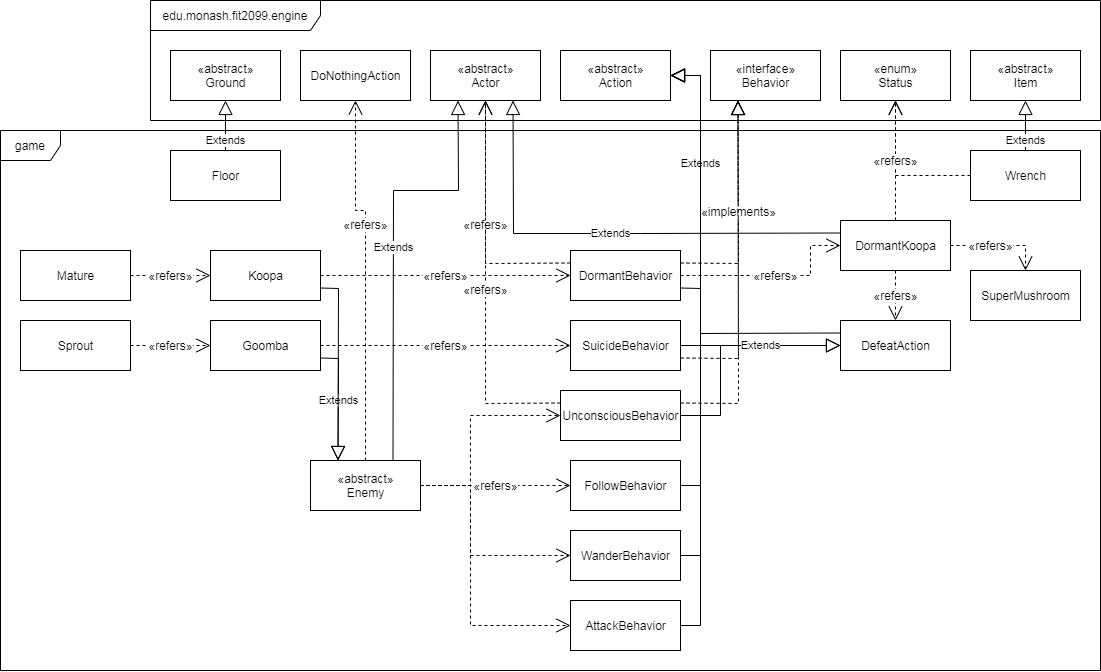
Before: docs/REQ3/class diagram.png, a diagram exported from draw.io (rongwen1/Roguelike-Mario-game-java). Source tidied: cells renumbered, new cells last; positions are measured from the earlier drawing's top-left corner, leaving out a move shared by most shapes.
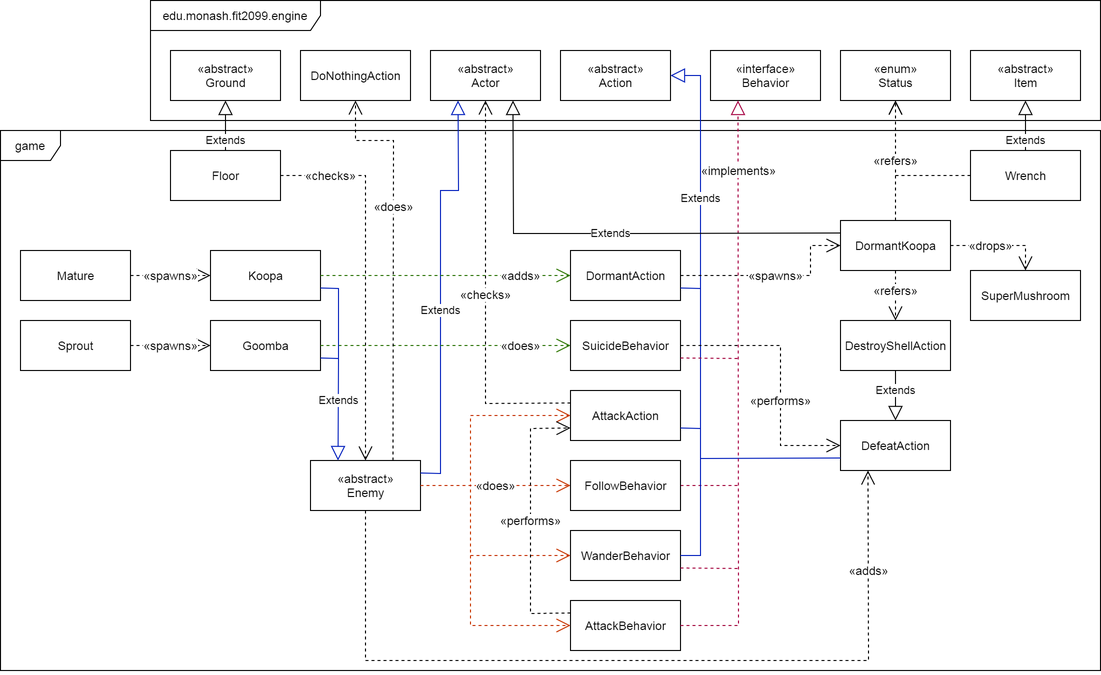
After the commit.

Commit message:
REQ6: sequence diagram, REQ3/6: design rationale

Change to the diagram source:
```diff
@@ -17,8 +17,8 @@
     <mxCell id="6" value="DefeatAction" style="html=1;" parent="1" vertex="1">
-      <mxGeometry x="840" y="320" width="110" height="50" as="geometry" />
+      <mxGeometry x="840" y="420" width="110" height="50" as="geometry" />
     </mxCell>
-    <mxCell id="7" value="UnconsciousBehavior" style="html=1;" parent="1" vertex="1">
-      <mxGeometry x="560" y="390" width="120" height="50" as="geometry" />
+    <mxCell id="7" value="AttackAction" style="html=1;" parent="1" vertex="1">
+      <mxGeometry x="570" y="390" width="110" height="50" as="geometry" />
     </mxCell>
-    <mxCell id="8" value="DormantBehavior" style="html=1;" parent="1" vertex="1">
+    <mxCell id="8" value="DormantAction" style="html=1;" parent="1" vertex="1">
       <mxGeometry x="570" y="250" width="110" height="50" as="geometry" />
@@ -61,6 +61,7 @@
     </mxCell>
-    <mxCell id="21" style="endArrow=block;endSize=12;html=1;endFill=0;dashed=1;entryX=0.25;entryY=1;entryDx=0;entryDy=0;exitX=1;exitY=0.25;exitDx=0;exitDy=0;rounded=0;" parent="1" edge="1" source="7" target="25">
+    <mxCell id="21" style="endArrow=none;endSize=12;html=1;endFill=0;dashed=1;exitX=1;exitY=0.5;exitDx=0;exitDy=0;rounded=0;fillColor=#d80073;strokeColor=#A50040;" parent="1" edge="1" source="53">
       <mxGeometry relative="1" as="geometry">
+        <mxPoint x="738" y="485" as="targetPoint" />
         <Array as="points">
-          <mxPoint x="738" y="403" />
+          <mxPoint x="738" y="485" />
         </Array>
@@ -74,6 +75,6 @@
     </mxCell>
-    <mxCell id="24" value="Extends" style="endArrow=block;endSize=12;html=1;endFill=0;rounded=0;exitX=0;exitY=0.25;exitDx=0;exitDy=0;entryX=1;entryY=0.5;entryDx=0;entryDy=0;" parent="1" edge="1" source="6" target="22">
+    <mxCell id="24" value="Extends" style="endArrow=block;endSize=12;html=1;endFill=0;rounded=0;exitX=0;exitY=0.75;exitDx=0;exitDy=0;entryX=1;entryY=0.5;entryDx=0;entryDy=0;fillColor=#0050ef;strokeColor=#001DBC;" parent="1" edge="1" source="6" target="22">
       <mxGeometry x="0.45" relative="1" as="geometry">
         <Array as="points">
-          <mxPoint x="700" y="333" />
+          <mxPoint x="700" y="458" />
           <mxPoint x="700" y="75" />
@@ -85,9 +86,9 @@
     </mxCell>
-    <mxCell id="26" value="&lt;span style=&quot;font-size: 12px&quot;&gt;«refers»&lt;/span&gt;" style="endArrow=open;endSize=12;html=1;endFill=0;dashed=1;exitX=0.5;exitY=1;exitDx=0;exitDy=0;entryX=0.5;entryY=0;entryDx=0;entryDy=0;" parent="1" edge="1" source="10" target="6">
-      <mxGeometry relative="1" as="geometry" />
+    <mxCell id="26" value="&lt;span style=&quot;font-size: 12px&quot;&gt;«refers»&lt;/span&gt;" style="endArrow=open;endSize=12;html=1;endFill=0;dashed=1;exitX=0.5;exitY=1;exitDx=0;exitDy=0;entryX=0.5;entryY=0;entryDx=0;entryDy=0;" parent="1" edge="1" source="10" target="59">
+      <mxGeometry x="-0.2" relative="1" as="geometry" />
     </mxCell>
-    <mxCell id="27" value="&lt;span style=&quot;font-size: 12px&quot;&gt;«implements»&lt;/span&gt;" style="endArrow=block;endSize=12;html=1;endFill=0;dashed=1;entryX=0.25;entryY=1;entryDx=0;entryDy=0;exitX=1;exitY=0.25;exitDx=0;exitDy=0;rounded=0;" parent="1" edge="1" source="8" target="25">
-      <mxGeometry relative="1" as="geometry">
+    <mxCell id="27" value="&lt;span style=&quot;font-size: 12px&quot;&gt;«implements»&lt;/span&gt;" style="endArrow=block;endSize=12;html=1;endFill=0;dashed=1;entryX=0.25;entryY=1;entryDx=0;entryDy=0;exitX=1;exitY=0.5;exitDx=0;exitDy=0;rounded=0;fillColor=#d80073;strokeColor=#A50040;" parent="1" edge="1" source="9" target="25">
+      <mxGeometry x="0.76" relative="1" as="geometry">
         <Array as="points">
-          <mxPoint x="738" y="263" />
+          <mxPoint x="738" y="625" />
         </Array>
@@ -95,4 +96,5 @@
     </mxCell>
-    <mxCell id="28" style="endArrow=block;endSize=12;html=1;endFill=0;dashed=1;exitX=1;exitY=0.75;exitDx=0;exitDy=0;entryX=0.25;entryY=1;entryDx=0;entryDy=0;rounded=0;" parent="1" edge="1" source="5" target="25">
+    <mxCell id="28" style="endArrow=none;endSize=12;html=1;endFill=0;dashed=1;exitX=1;exitY=0.75;exitDx=0;exitDy=0;rounded=0;fillColor=#d80073;strokeColor=#A50040;" parent="1" edge="1" source="5">
       <mxGeometry relative="1" as="geometry">
+        <mxPoint x="738" y="358" as="targetPoint" />
         <Array as="points">
@@ -102,6 +104,7 @@
     </mxCell>
-    <mxCell id="29" value="Extends" style="endArrow=block;endSize=12;html=1;endFill=0;entryX=0.25;entryY=1;entryDx=0;entryDy=0;exitX=0.75;exitY=0;exitDx=0;exitDy=0;rounded=0;" parent="1" edge="1" source="17" target="16">
-      <mxGeometry relative="1" as="geometry">
+    <mxCell id="29" value="Extends" style="endArrow=block;endSize=12;html=1;endFill=0;entryX=0.25;entryY=1;entryDx=0;entryDy=0;exitX=1;exitY=0.25;exitDx=0;exitDy=0;rounded=0;fillColor=#0050ef;strokeColor=#001DBC;" parent="1" edge="1" source="17" target="16">
+      <mxGeometry x="-0.11" relative="1" as="geometry">
         <Array as="points">
-          <mxPoint x="393" y="190" />
+          <mxPoint x="440" y="473" />
+          <mxPoint x="440" y="190" />
           <mxPoint x="458" y="190" />
@@ -110,3 +113,3 @@
     </mxCell>
-    <mxCell id="30" value="Extends" style="endArrow=block;endSize=12;html=1;endFill=0;entryX=0.25;entryY=0;entryDx=0;entryDy=0;exitX=1;exitY=0.75;exitDx=0;exitDy=0;rounded=0;" parent="1" edge="1" source="12" target="17">
+    <mxCell id="30" value="Extends" style="endArrow=block;endSize=12;html=1;endFill=0;entryX=0.25;entryY=0;entryDx=0;entryDy=0;exitX=1;exitY=0.75;exitDx=0;exitDy=0;rounded=0;fillColor=#0050ef;strokeColor=#001DBC;" parent="1" edge="1" source="12" target="17">
       <mxGeometry relative="1" as="geometry">
@@ -125,12 +128,12 @@
     </mxCell>
-    <mxCell id="32" value="&lt;span style=&quot;font-size: 12px&quot;&gt;«refers»&lt;/span&gt;" style="endArrow=open;endSize=12;html=1;endFill=0;dashed=1;entryX=0;entryY=0.5;entryDx=0;entryDy=0;exitX=1;exitY=0.5;exitDx=0;exitDy=0;" parent="1" edge="1" source="12" target="5">
-      <mxGeometry relative="1" as="geometry" />
+    <mxCell id="32" value="&lt;span style=&quot;font-size: 12px&quot;&gt;«does»&lt;/span&gt;" style="endArrow=open;endSize=12;html=1;endFill=0;dashed=1;entryX=0;entryY=0.5;entryDx=0;entryDy=0;exitX=1;exitY=0.5;exitDx=0;exitDy=0;fillColor=#60a917;strokeColor=#2D7600;" parent="1" edge="1" source="12" target="5">
+      <mxGeometry x="0.6" relative="1" as="geometry" />
     </mxCell>
-    <mxCell id="33" value="&lt;span style=&quot;font-size: 12px&quot;&gt;«refers»&lt;/span&gt;" style="endArrow=open;endSize=12;html=1;endFill=0;dashed=1;exitX=1;exitY=0.5;exitDx=0;exitDy=0;entryX=0;entryY=0.5;entryDx=0;entryDy=0;" parent="1" edge="1" source="11" target="8">
-      <mxGeometry relative="1" as="geometry" />
+    <mxCell id="33" value="&lt;span style=&quot;font-size: 12px&quot;&gt;«adds»&lt;/span&gt;" style="endArrow=open;endSize=12;html=1;endFill=0;dashed=1;exitX=1;exitY=0.5;exitDx=0;exitDy=0;entryX=0;entryY=0.5;entryDx=0;entryDy=0;fillColor=#60a917;strokeColor=#2D7600;" parent="1" edge="1" source="11" target="8">
+      <mxGeometry x="0.6" relative="1" as="geometry" />
     </mxCell>
-    <mxCell id="34" value="&lt;span style=&quot;font-size: 12px&quot;&gt;«refers»&lt;/span&gt;" style="endArrow=open;endSize=12;html=1;endFill=0;dashed=1;exitX=1;exitY=0.5;exitDx=0;exitDy=0;entryX=0;entryY=0.5;entryDx=0;entryDy=0;" parent="1" edge="1" source="15" target="12">
+    <mxCell id="34" value="&lt;span style=&quot;font-size: 12px&quot;&gt;«spawns»&lt;/span&gt;" style="endArrow=open;endSize=12;html=1;endFill=0;dashed=1;exitX=1;exitY=0.5;exitDx=0;exitDy=0;entryX=0;entryY=0.5;entryDx=0;entryDy=0;" parent="1" edge="1" source="15" target="12">
       <mxGeometry relative="1" as="geometry" />
     </mxCell>
-    <mxCell id="35" value="&lt;span style=&quot;font-size: 12px&quot;&gt;«refers»&lt;/span&gt;" style="endArrow=open;endSize=12;html=1;endFill=0;dashed=1;exitX=1;exitY=0.5;exitDx=0;exitDy=0;entryX=0;entryY=0.5;entryDx=0;entryDy=0;" parent="1" edge="1" source="14" target="11">
+    <mxCell id="35" value="&lt;span style=&quot;font-size: 12px&quot;&gt;«spawns»&lt;br&gt;&lt;/span&gt;" style="endArrow=open;endSize=12;html=1;endFill=0;dashed=1;exitX=1;exitY=0.5;exitDx=0;exitDy=0;entryX=0;entryY=0.5;entryDx=0;entryDy=0;" parent="1" edge="1" source="14" target="11">
       <mxGeometry relative="1" as="geometry" />
@@ -143,6 +146,6 @@
     </mxCell>
-    <mxCell id="38" value="&lt;span style=&quot;font-size: 12px&quot;&gt;«refers»&lt;/span&gt;" style="endArrow=open;endSize=12;html=1;endFill=0;dashed=1;entryX=0;entryY=0.5;entryDx=0;entryDy=0;exitX=1;exitY=0.5;exitDx=0;exitDy=0;" parent="1" edge="1" source="17" target="53">
+    <mxCell id="38" value="&lt;span style=&quot;font-size: 12px&quot;&gt;«does»&lt;/span&gt;" style="endArrow=open;endSize=12;html=1;endFill=0;dashed=1;entryX=0;entryY=0.5;entryDx=0;entryDy=0;exitX=1;exitY=0.5;exitDx=0;exitDy=0;fillColor=#fa6800;strokeColor=#C73500;" parent="1" edge="1" source="17" target="53">
       <mxGeometry relative="1" as="geometry" />
     </mxCell>
-    <mxCell id="39" style="endArrow=open;endSize=12;html=1;endFill=0;dashed=1;exitX=1;exitY=0.5;exitDx=0;exitDy=0;entryX=0;entryY=0.5;entryDx=0;entryDy=0;rounded=0;" parent="1" edge="1" source="17" target="37">
+    <mxCell id="39" style="endArrow=open;endSize=12;html=1;endFill=0;dashed=1;exitX=1;exitY=0.5;exitDx=0;exitDy=0;entryX=0;entryY=0.5;entryDx=0;entryDy=0;rounded=0;fillColor=#fa6800;strokeColor=#C73500;" parent="1" edge="1" source="17" target="37">
       <mxGeometry relative="1" as="geometry">
@@ -154,3 +157,3 @@
     </mxCell>
-    <mxCell id="40" style="endArrow=open;endSize=12;html=1;endFill=0;dashed=1;exitX=1;exitY=0.5;exitDx=0;exitDy=0;entryX=0;entryY=0.5;entryDx=0;entryDy=0;rounded=0;" parent="1" edge="1" source="17" target="9">
+    <mxCell id="40" style="endArrow=open;endSize=12;html=1;endFill=0;dashed=1;exitX=1;exitY=0.5;exitDx=0;exitDy=0;entryX=0;entryY=0.5;entryDx=0;entryDy=0;rounded=0;fillColor=#fa6800;strokeColor=#C73500;" parent="1" edge="1" source="17" target="9">
       <mxGeometry x="0.19" y="4" relative="1" as="geometry">
@@ -162,19 +165,9 @@
     </mxCell>
-    <mxCell id="41" value="&lt;span style=&quot;font-size: 12px&quot;&gt;«refers»&lt;/span&gt;" style="endArrow=open;endSize=12;html=1;endFill=0;dashed=1;entryX=0.5;entryY=1;entryDx=0;entryDy=0;startArrow=none;rounded=0;exitX=0;exitY=0.25;exitDx=0;exitDy=0;" parent="1" edge="1" source="8" target="16">
-      <mxGeometry relative="1" as="geometry">
-        <Array as="points">
-          <mxPoint x="485" y="263" />
-        </Array>
-      </mxGeometry>
-    </mxCell>
-    <mxCell id="42" style="endArrow=block;endSize=12;html=1;endFill=0;entryX=0;entryY=0.5;entryDx=0;entryDy=0;exitX=1;exitY=0.5;exitDx=0;exitDy=0;rounded=0;" parent="1" edge="1" source="7" target="6">
-      <mxGeometry relative="1" as="geometry">
-        <Array as="points">
-          <mxPoint x="720" y="415" />
-          <mxPoint x="720" y="345" />
-        </Array>
-      </mxGeometry>
-    </mxCell>
-    <mxCell id="43" value="Extends" style="endArrow=block;endSize=12;html=1;endFill=0;entryX=0;entryY=0.5;entryDx=0;entryDy=0;exitX=1;exitY=0.5;exitDx=0;exitDy=0;rounded=0;" parent="1" edge="1" source="5" target="6">
-      <mxGeometry relative="1" as="geometry" />
+    <mxCell id="43" value="&lt;span style=&quot;font-size: 12px&quot;&gt;«performs»&lt;/span&gt;" style="endArrow=open;endSize=12;html=1;endFill=0;entryX=0;entryY=0.5;entryDx=0;entryDy=0;exitX=1;exitY=0.5;exitDx=0;exitDy=0;rounded=0;dashed=1;" parent="1" edge="1" source="5" target="6">
+      <mxGeometry x="0.19" relative="1" as="geometry">
+        <Array as="points">
+          <mxPoint x="780" y="345" />
+          <mxPoint x="780" y="445" />
+        </Array>
+      </mxGeometry>
     </mxCell>
@@ -183,3 +176,3 @@
     </mxCell>
-    <mxCell id="45" value="&lt;span style=&quot;font-size: 12px&quot;&gt;«refers»&lt;/span&gt;" style="endArrow=open;endSize=12;html=1;endFill=0;dashed=1;exitX=1;exitY=0.5;exitDx=0;exitDy=0;entryX=0.5;entryY=0;entryDx=0;entryDy=0;rounded=0;" parent="1" edge="1" source="10" target="36">
+    <mxCell id="45" value="&lt;span style=&quot;font-size: 12px&quot;&gt;«drops»&lt;/span&gt;" style="endArrow=open;endSize=12;html=1;endFill=0;dashed=1;exitX=1;exitY=0.5;exitDx=0;exitDy=0;entryX=0.5;entryY=0;entryDx=0;entryDy=0;rounded=0;" parent="1" edge="1" source="10" target="36">
       <mxGeometry x="-0.2" relative="1" as="geometry">
@@ -197,3 +190,3 @@
     </mxCell>
-    <mxCell id="47" value="&lt;span style=&quot;font-size: 12px&quot;&gt;«refers»&lt;/span&gt;" style="endArrow=open;endSize=12;html=1;endFill=0;dashed=1;exitX=1;exitY=0.5;exitDx=0;exitDy=0;entryX=0;entryY=0.5;entryDx=0;entryDy=0;rounded=0;" parent="1" edge="1" source="8" target="10">
+    <mxCell id="47" value="&lt;span style=&quot;font-size: 12px&quot;&gt;«spawns»&lt;/span&gt;" style="endArrow=open;endSize=12;html=1;endFill=0;dashed=1;exitX=1;exitY=0.5;exitDx=0;exitDy=0;entryX=0;entryY=0.5;entryDx=0;entryDy=0;rounded=0;" parent="1" edge="1" source="8" target="10">
       <mxGeometry relative="1" as="geometry">
@@ -205,23 +198,12 @@
     </mxCell>
-    <mxCell id="48" style="endArrow=block;endSize=12;html=1;endFill=0;exitX=1;exitY=0.75;exitDx=0;exitDy=0;rounded=0;entryX=1;entryY=0.5;entryDx=0;entryDy=0;" parent="1" edge="1" source="8" target="22">
+    <mxCell id="48" style="endArrow=none;endSize=12;html=1;endFill=0;exitX=1;exitY=0.75;exitDx=0;exitDy=0;rounded=0;fillColor=#0050ef;strokeColor=#001DBC;" parent="1" edge="1" source="8">
       <mxGeometry relative="1" as="geometry">
-        <Array as="points">
-          <mxPoint x="700" y="288" />
-          <mxPoint x="700" y="75" />
-        </Array>
+        <mxPoint x="700" y="288" as="targetPoint" />
       </mxGeometry>
     </mxCell>
-    <mxCell id="49" style="endArrow=block;endSize=12;html=1;endFill=0;entryX=1;entryY=0.5;entryDx=0;entryDy=0;exitX=1;exitY=0.5;exitDx=0;exitDy=0;rounded=0;" parent="1" edge="1" source="9" target="22">
-      <mxGeometry relative="1" as="geometry">
-        <Array as="points">
-          <mxPoint x="700" y="625" />
-          <mxPoint x="700" y="75" />
-        </Array>
-      </mxGeometry>
-    </mxCell>
-    <mxCell id="50" style="endArrow=block;endSize=12;html=1;endFill=0;exitX=1;exitY=0.5;exitDx=0;exitDy=0;rounded=0;entryX=1;entryY=0.5;entryDx=0;entryDy=0;" parent="1" edge="1" source="37" target="22">
+    <mxCell id="50" style="endArrow=none;endSize=12;html=1;endFill=0;exitX=1;exitY=0.5;exitDx=0;exitDy=0;rounded=0;fillColor=#0050ef;strokeColor=#001DBC;" parent="1" edge="1" source="37">
       <mxGeometry relative="1" as="geometry">
+        <mxPoint x="700" y="450" as="targetPoint" />
         <Array as="points">
           <mxPoint x="700" y="555" />
-          <mxPoint x="700" y="75" />
         </Array>
@@ -229,11 +211,3 @@
     </mxCell>
-    <mxCell id="51" style="endArrow=block;endSize=12;html=1;endFill=0;entryX=1;entryY=0.5;entryDx=0;entryDy=0;exitX=1;exitY=0.5;exitDx=0;exitDy=0;rounded=0;" parent="1" edge="1" source="53" target="22">
-      <mxGeometry relative="1" as="geometry">
-        <Array as="points">
-          <mxPoint x="700" y="485" />
-          <mxPoint x="700" y="75" />
-        </Array>
-      </mxGeometry>
-    </mxCell>
-    <mxCell id="52" style="endArrow=open;endSize=12;html=1;endFill=0;dashed=1;exitX=1;exitY=0.5;exitDx=0;exitDy=0;entryX=0;entryY=0.5;entryDx=0;entryDy=0;rounded=0;" parent="1" edge="1" source="17" target="7">
+    <mxCell id="52" style="endArrow=open;endSize=12;html=1;endFill=0;dashed=1;exitX=1;exitY=0.5;exitDx=0;exitDy=0;entryX=0;entryY=0.5;entryDx=0;entryDy=0;rounded=0;fillColor=#fa6800;strokeColor=#C73500;" parent="1" edge="1" source="17" target="7">
       <mxGeometry relative="1" as="geometry">
@@ -248,3 +222,3 @@
     </mxCell>
-    <mxCell id="54" value="&lt;span style=&quot;font-size: 12px&quot;&gt;«refers»&lt;/span&gt;" style="endArrow=open;endSize=12;html=1;endFill=0;dashed=1;exitX=0;exitY=0.25;exitDx=0;exitDy=0;entryX=0.5;entryY=1;entryDx=0;entryDy=0;startArrow=none;rounded=0;" parent="1" edge="1" source="7" target="16">
+    <mxCell id="54" value="&lt;span style=&quot;font-size: 12px&quot;&gt;«checks»&lt;/span&gt;" style="endArrow=open;endSize=12;html=1;endFill=0;dashed=1;exitX=0;exitY=0.25;exitDx=0;exitDy=0;entryX=0.5;entryY=1;entryDx=0;entryDy=0;startArrow=none;rounded=0;" parent="1" edge="1" source="7" target="16">
       <mxGeometry relative="1" as="geometry">
@@ -258,4 +232,5 @@
     </mxCell>
-    <mxCell id="56" style="endArrow=block;endSize=12;html=1;endFill=0;exitX=1;exitY=0.75;exitDx=0;exitDy=0;rounded=0;entryX=0.25;entryY=0;entryDx=0;entryDy=0;" parent="1" edge="1" source="11" target="17">
+    <mxCell id="56" style="endArrow=none;endSize=12;html=1;endFill=0;exitX=1;exitY=0.75;exitDx=0;exitDy=0;rounded=0;fillColor=#0050ef;strokeColor=#001DBC;" parent="1" edge="1" source="11">
       <mxGeometry relative="1" as="geometry">
+        <mxPoint x="338" y="360" as="targetPoint" />
         <Array as="points">
@@ -268,7 +243,7 @@
     </mxCell>
-    <mxCell id="58" value="&lt;span style=&quot;font-size: 12px&quot;&gt;«refers»&lt;/span&gt;" style="endArrow=open;endSize=12;html=1;endFill=0;dashed=1;exitX=0.5;exitY=0;exitDx=0;exitDy=0;entryX=0.5;entryY=1;entryDx=0;entryDy=0;rounded=0;" parent="1" edge="1" source="17" target="57">
+    <mxCell id="58" value="&lt;span style=&quot;font-size: 12px&quot;&gt;«does»&lt;/span&gt;" style="endArrow=open;endSize=12;html=1;endFill=0;dashed=1;exitX=0.75;exitY=0;exitDx=0;exitDy=0;entryX=0.5;entryY=1;entryDx=0;entryDy=0;rounded=0;" parent="1" edge="1" source="17" target="57">
       <mxGeometry x="0.28" relative="1" as="geometry">
         <Array as="points">
-          <mxPoint x="365" y="210" />
-          <mxPoint x="355" y="210" />
+          <mxPoint x="393" y="140" />
+          <mxPoint x="355" y="140" />
         </Array>
@@ -276,2 +251,44 @@
     </mxCell>
+    <mxCell id="59" value="DestroyShellAction" style="html=1;" parent="1" vertex="1">
+      <mxGeometry x="840" y="320" width="110" height="50" as="geometry" />
+    </mxCell>
+    <mxCell id="60" value="Extends" style="endArrow=block;endSize=12;html=1;endFill=0;entryX=0.5;entryY=0;entryDx=0;entryDy=0;exitX=0.5;exitY=1;exitDx=0;exitDy=0;rounded=0;" parent="1" edge="1" source="59" target="6">
+      <mxGeometry x="-0.2" relative="1" as="geometry" />
+    </mxCell>
+    <mxCell id="61" value="&lt;span style=&quot;font-size: 12px&quot;&gt;«checks»&lt;/span&gt;" style="endArrow=open;endSize=12;html=1;endFill=0;dashed=1;entryX=0.5;entryY=0;entryDx=0;entryDy=0;rounded=0;exitX=1;exitY=0.5;exitDx=0;exitDy=0;" parent="1" edge="1" source="4" target="17">
+      <mxGeometry x="-0.73" relative="1" as="geometry">
+        <Array as="points">
+          <mxPoint x="365" y="175" />
+        </Array>
+      </mxGeometry>
+    </mxCell>
+    <mxCell id="62" value="&lt;span style=&quot;font-size: 12px&quot;&gt;«performs»&lt;/span&gt;" style="endArrow=open;endSize=12;html=1;endFill=0;dashed=1;entryX=0;entryY=0.75;entryDx=0;entryDy=0;exitX=0;exitY=0.25;exitDx=0;exitDy=0;rounded=0;" parent="1" edge="1" source="9" target="7">
+      <mxGeometry relative="1" as="geometry">
+        <Array as="points">
+          <mxPoint x="530" y="613" />
+          <mxPoint x="530" y="428" />
+        </Array>
+      </mxGeometry>
+    </mxCell>
+    <mxCell id="63" style="endArrow=none;endSize=12;html=1;endFill=0;exitX=1;exitY=0.75;exitDx=0;exitDy=0;rounded=0;fillColor=#0050ef;strokeColor=#001DBC;" parent="1" edge="1" source="7">
+      <mxGeometry relative="1" as="geometry">
+        <mxPoint x="700" y="428" as="targetPoint" />
+      </mxGeometry>
+    </mxCell>
+    <mxCell id="64" style="endArrow=none;endSize=12;html=1;endFill=0;dashed=1;exitX=1;exitY=0.75;exitDx=0;exitDy=0;rounded=0;fillColor=#d80073;strokeColor=#A50040;" parent="1" edge="1" source="37">
+      <mxGeometry relative="1" as="geometry">
+        <mxPoint x="738" y="568" as="targetPoint" />
+        <Array as="points">
+          <mxPoint x="738" y="568" />
+        </Array>
+      </mxGeometry>
+    </mxCell>
+    <mxCell id="65" value="&lt;span style=&quot;font-size: 12px&quot;&gt;«adds»&lt;/span&gt;" style="endArrow=open;endSize=12;html=1;endFill=0;entryX=0.25;entryY=1;entryDx=0;entryDy=0;exitX=0.5;exitY=1;exitDx=0;exitDy=0;rounded=0;dashed=1;" parent="1" edge="1" source="17" target="6">
+      <mxGeometry x="0.76" relative="1" as="geometry">
+        <Array as="points">
+          <mxPoint x="365" y="660" />
+          <mxPoint x="868" y="660" />
+        </Array>
+      </mxGeometry>
+    </mxCell>
   </root>
```
